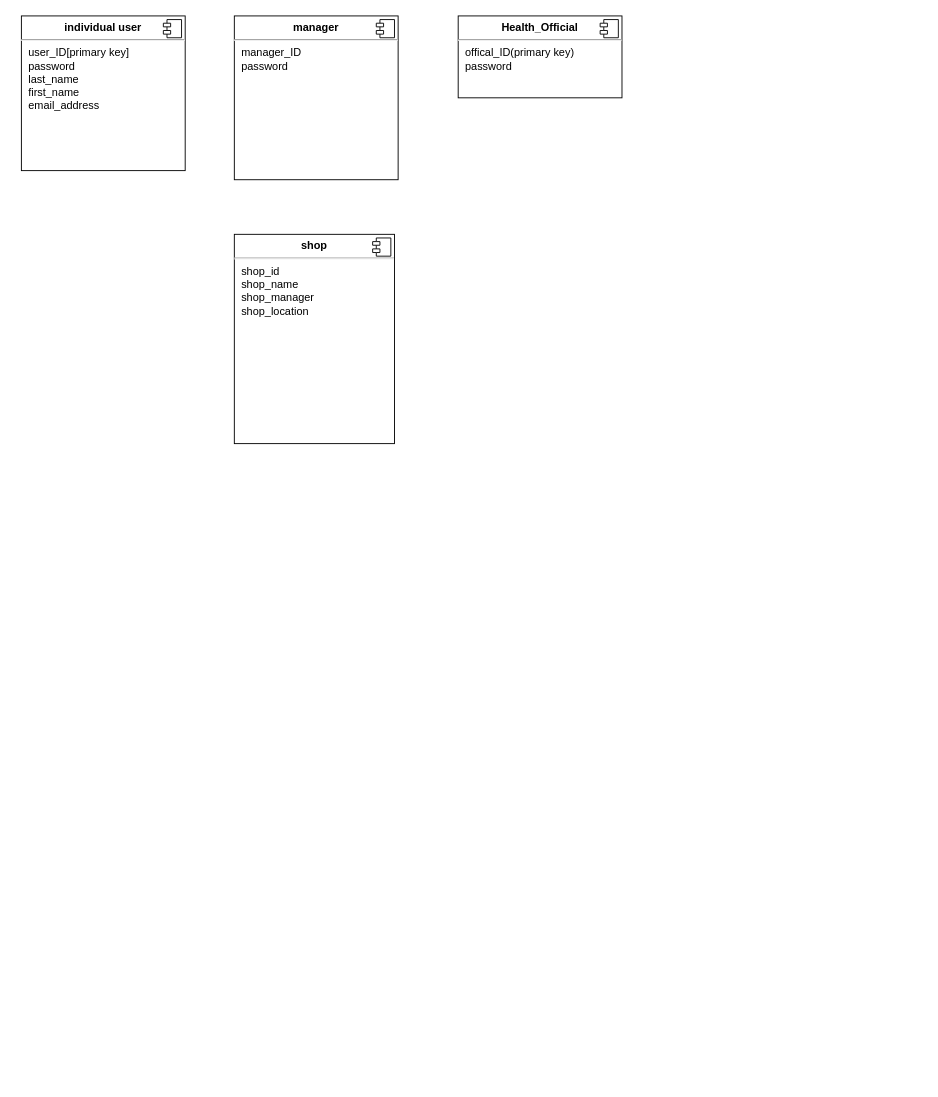
This is schema.drawio from s1-wdc-project/COVID-tracing-system, a draw.io file, before an edit. Source tidied: cells renumbered, new cells numbered last; positions are measured from the earlier drawing's top-left corner, leaving out a move shared by most shapes. Both pictures are drawn from the tidied source at 91%, with x=0, y=0 at pixel (21, 15).
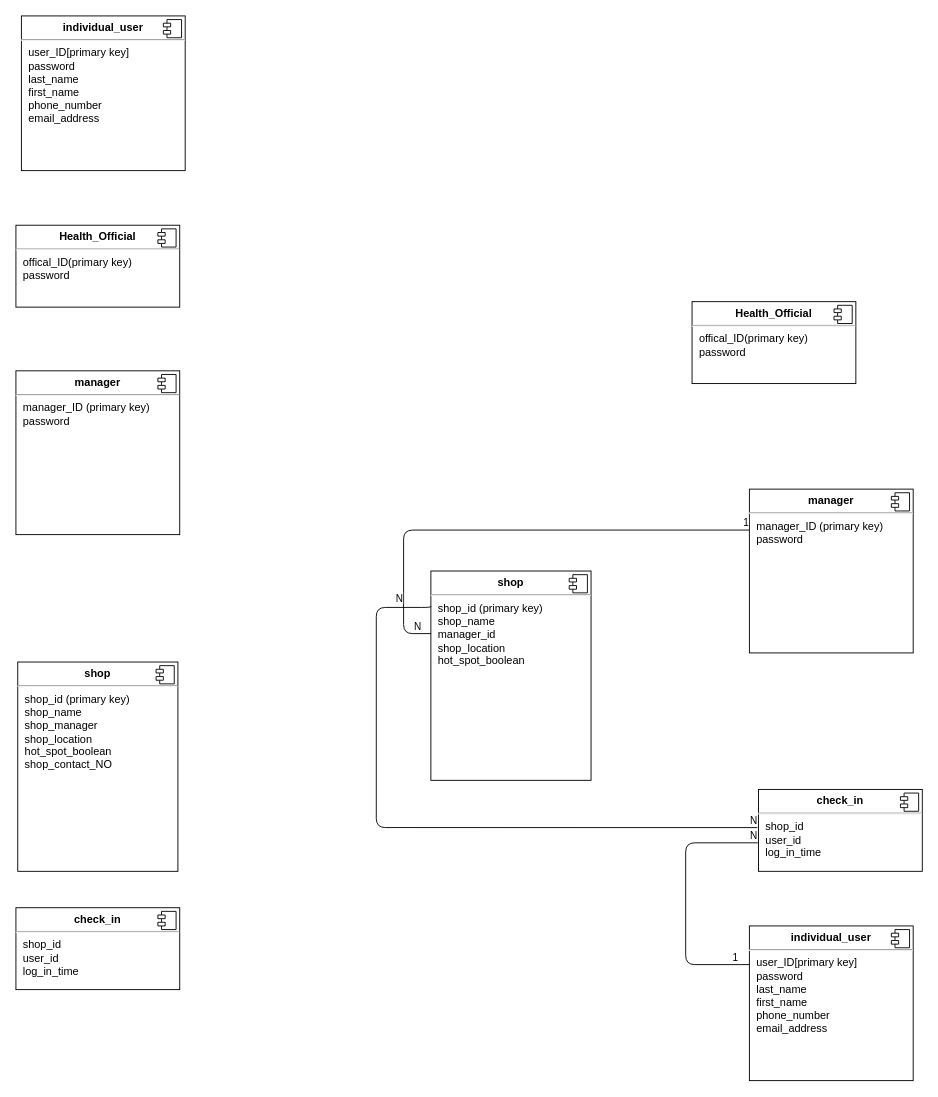
After the change.

Diff of the diagram source:
```diff
@@
-    <mxCell id="2" value="&lt;p style=&quot;margin: 0px ; margin-top: 6px ; text-align: center&quot;&gt;&lt;b&gt;individual user&lt;/b&gt;&lt;/p&gt;&lt;hr&gt;&lt;p style=&quot;margin: 0px ; margin-left: 8px&quot;&gt;user_ID[primary key]&lt;/p&gt;&lt;p style=&quot;margin: 0px ; margin-left: 8px&quot;&gt;password&lt;/p&gt;&lt;p style=&quot;margin: 0px ; margin-left: 8px&quot;&gt;last_name&lt;/p&gt;&lt;p style=&quot;margin: 0px ; margin-left: 8px&quot;&gt;first_name&lt;/p&gt;&lt;p style=&quot;margin: 0px ; margin-left: 8px&quot;&gt;email_address&lt;/p&gt;&lt;p style=&quot;margin: 0px ; margin-left: 8px&quot;&gt;&lt;br&gt;&lt;/p&gt;" style="align=left;overflow=fill;html=1;" parent="1" vertex="1">
+    <mxCell id="2" value="&lt;p style=&quot;margin: 0px ; margin-top: 6px ; text-align: center&quot;&gt;&lt;b&gt;individual_user&lt;/b&gt;&lt;/p&gt;&lt;hr&gt;&lt;p style=&quot;margin: 0px ; margin-left: 8px&quot;&gt;user_ID[primary key]&lt;/p&gt;&lt;p style=&quot;margin: 0px ; margin-left: 8px&quot;&gt;password&lt;/p&gt;&lt;p style=&quot;margin: 0px ; margin-left: 8px&quot;&gt;last_name&lt;/p&gt;&lt;p style=&quot;margin: 0px ; margin-left: 8px&quot;&gt;first_name&lt;/p&gt;&lt;p style=&quot;margin: 0px ; margin-left: 8px&quot;&gt;phone_number&lt;/p&gt;&lt;p style=&quot;margin: 0px ; margin-left: 8px&quot;&gt;email_address&lt;/p&gt;&lt;p style=&quot;margin: 0px ; margin-left: 8px&quot;&gt;&lt;br&gt;&lt;/p&gt;" style="align=left;overflow=fill;html=1;" parent="1" vertex="1">
       <mxGeometry width="180" height="170" as="geometry" />
     </mxCell>
@@
-    <mxCell id="4" value="&lt;p style=&quot;margin: 0px ; margin-top: 6px ; text-align: center&quot;&gt;&lt;b&gt;manager&lt;/b&gt;&lt;/p&gt;&lt;hr&gt;&lt;p style=&quot;margin: 0px ; margin-left: 8px&quot;&gt;manager_ID&lt;/p&gt;&lt;p style=&quot;margin: 0px ; margin-left: 8px&quot;&gt;&lt;span&gt;password&lt;/span&gt;&lt;br&gt;&lt;/p&gt;&lt;p style=&quot;margin: 0px ; margin-left: 8px&quot;&gt;&lt;br&gt;&lt;/p&gt;" style="align=left;overflow=fill;html=1;" parent="1" vertex="1">
-      <mxGeometry x="234" width="180" height="180" as="geometry" />
+    <mxCell id="4" value="&lt;p style=&quot;margin: 0px ; margin-top: 6px ; text-align: center&quot;&gt;&lt;b&gt;manager&lt;/b&gt;&lt;/p&gt;&lt;hr&gt;&lt;p style=&quot;margin: 0px ; margin-left: 8px&quot;&gt;manager_ID (primary key)&lt;/p&gt;&lt;p style=&quot;margin: 0px ; margin-left: 8px&quot;&gt;&lt;span&gt;password&lt;/span&gt;&lt;br&gt;&lt;/p&gt;&lt;p style=&quot;margin: 0px ; margin-left: 8px&quot;&gt;&lt;br&gt;&lt;/p&gt;" style="align=left;overflow=fill;html=1;" parent="1" vertex="1">
+      <mxGeometry x="-6" y="390" width="180" height="180" as="geometry" />
     </mxCell>
@@
     <mxCell id="6" value="&lt;p style=&quot;margin: 0px ; margin-top: 6px ; text-align: center&quot;&gt;&lt;b&gt;Health_Official&lt;/b&gt;&lt;/p&gt;&lt;hr&gt;&lt;p style=&quot;margin: 0px ; margin-left: 8px&quot;&gt;offical_ID(primary key)&lt;/p&gt;&lt;p style=&quot;margin: 0px ; margin-left: 8px&quot;&gt;password&lt;/p&gt;&lt;p style=&quot;margin: 0px ; margin-left: 8px&quot;&gt;&lt;br&gt;&lt;/p&gt;" style="align=left;overflow=fill;html=1;" parent="1" vertex="1">
-      <mxGeometry x="480" width="180" height="90" as="geometry" />
+      <mxGeometry x="-6" y="230" width="180" height="90" as="geometry" />
     </mxCell>
@@
-    <mxCell id="8" value="&lt;p style=&quot;margin: 0px ; margin-top: 6px ; text-align: center&quot;&gt;&lt;b&gt;shop&lt;/b&gt;&lt;/p&gt;&lt;hr&gt;&lt;p style=&quot;margin: 0px ; margin-left: 8px&quot;&gt;shop_id&amp;nbsp;&lt;/p&gt;&lt;p style=&quot;margin: 0px ; margin-left: 8px&quot;&gt;&lt;span&gt;shop_name&amp;nbsp;&lt;/span&gt;&lt;br&gt;&lt;/p&gt;&lt;p style=&quot;margin: 0px ; margin-left: 8px&quot;&gt;&lt;span&gt;shop_manager&lt;/span&gt;&lt;/p&gt;&lt;p style=&quot;margin: 0px ; margin-left: 8px&quot;&gt;&lt;span&gt;shop_location&amp;nbsp;&lt;/span&gt;&lt;/p&gt;&lt;p style=&quot;margin: 0px ; margin-left: 8px&quot;&gt;&lt;span&gt;&lt;br&gt;&lt;/span&gt;&lt;/p&gt;&lt;p style=&quot;margin: 0px ; margin-left: 8px&quot;&gt;&lt;span&gt;&lt;br&gt;&lt;/span&gt;&lt;/p&gt;" style="align=left;overflow=fill;html=1;" parent="1" vertex="1">
-      <mxGeometry x="234" y="240" width="176" height="230" as="geometry" />
+    <mxCell id="8" value="&lt;p style=&quot;margin: 0px ; margin-top: 6px ; text-align: center&quot;&gt;&lt;b&gt;shop&lt;/b&gt;&lt;/p&gt;&lt;hr&gt;&lt;p style=&quot;margin: 0px ; margin-left: 8px&quot;&gt;shop_id (primary key)&lt;/p&gt;&lt;p style=&quot;margin: 0px ; margin-left: 8px&quot;&gt;&lt;span&gt;shop_name&amp;nbsp;&lt;/span&gt;&lt;br&gt;&lt;/p&gt;&lt;p style=&quot;margin: 0px ; margin-left: 8px&quot;&gt;&lt;span&gt;shop_manager&lt;/span&gt;&lt;/p&gt;&lt;p style=&quot;margin: 0px ; margin-left: 8px&quot;&gt;&lt;span&gt;shop_location&amp;nbsp;&lt;/span&gt;&lt;/p&gt;&lt;p style=&quot;margin: 0px ; margin-left: 8px&quot;&gt;&lt;span&gt;hot_spot_boolean&lt;/span&gt;&lt;/p&gt;&lt;p style=&quot;margin: 0px ; margin-left: 8px&quot;&gt;&lt;span&gt;shop_contact_NO&lt;/span&gt;&lt;/p&gt;&lt;p style=&quot;margin: 0px ; margin-left: 8px&quot;&gt;&lt;br&gt;&lt;/p&gt;&lt;p style=&quot;margin: 0px ; margin-left: 8px&quot;&gt;&lt;span&gt;&lt;br&gt;&lt;/span&gt;&lt;/p&gt;&lt;p style=&quot;margin: 0px ; margin-left: 8px&quot;&gt;&lt;span&gt;&lt;br&gt;&lt;/span&gt;&lt;/p&gt;" style="align=left;overflow=fill;html=1;" parent="1" vertex="1">
+      <mxGeometry x="-4" y="710" width="176" height="230" as="geometry" />
     </mxCell>
@@
+    <mxCell id="10" value="&lt;p style=&quot;margin: 0px ; margin-top: 6px ; text-align: center&quot;&gt;&lt;b&gt;check_in&lt;/b&gt;&lt;/p&gt;&lt;hr&gt;&lt;p style=&quot;margin: 0px ; margin-left: 8px&quot;&gt;shop_id&amp;nbsp;&lt;/p&gt;&lt;p style=&quot;margin: 0px ; margin-left: 8px&quot;&gt;user_id&lt;/p&gt;&lt;p style=&quot;margin: 0px ; margin-left: 8px&quot;&gt;log_in_time&lt;/p&gt;&lt;p style=&quot;margin: 0px ; margin-left: 8px&quot;&gt;&lt;br&gt;&lt;/p&gt;&lt;p style=&quot;margin: 0px ; margin-left: 8px&quot;&gt;&lt;br&gt;&lt;/p&gt;" style="align=left;overflow=fill;html=1;" parent="1" vertex="1">
+      <mxGeometry x="-6" y="980" width="180" height="90" as="geometry" />
+    </mxCell>
+    <mxCell id="11" style="shape=component;jettyWidth=8;jettyHeight=4;" parent="10" vertex="1">
+      <mxGeometry x="1" width="20" height="20" relative="1" as="geometry">
+        <mxPoint x="-24" y="4" as="offset" />
+      </mxGeometry>
+    </mxCell>
+    <mxCell id="12" value="&lt;p style=&quot;margin: 0px ; margin-top: 6px ; text-align: center&quot;&gt;&lt;b&gt;Health_Official&lt;/b&gt;&lt;/p&gt;&lt;hr&gt;&lt;p style=&quot;margin: 0px ; margin-left: 8px&quot;&gt;offical_ID(primary key)&lt;/p&gt;&lt;p style=&quot;margin: 0px ; margin-left: 8px&quot;&gt;password&lt;/p&gt;&lt;p style=&quot;margin: 0px ; margin-left: 8px&quot;&gt;&lt;br&gt;&lt;/p&gt;" style="align=left;overflow=fill;html=1;" parent="1" vertex="1">
+      <mxGeometry x="737" y="314" width="180" height="90" as="geometry" />
+    </mxCell>
+    <mxCell id="13" style="shape=component;jettyWidth=8;jettyHeight=4;" parent="12" vertex="1">
+      <mxGeometry x="1" width="20" height="20" relative="1" as="geometry">
+        <mxPoint x="-24" y="4" as="offset" />
+      </mxGeometry>
+    </mxCell>
+    <mxCell id="14" value="&lt;p style=&quot;margin: 0px ; margin-top: 6px ; text-align: center&quot;&gt;&lt;b&gt;manager&lt;/b&gt;&lt;/p&gt;&lt;hr&gt;&lt;p style=&quot;margin: 0px ; margin-left: 8px&quot;&gt;manager_ID (primary key)&lt;/p&gt;&lt;p style=&quot;margin: 0px ; margin-left: 8px&quot;&gt;&lt;span&gt;password&lt;/span&gt;&lt;br&gt;&lt;/p&gt;&lt;p style=&quot;margin: 0px ; margin-left: 8px&quot;&gt;&lt;br&gt;&lt;/p&gt;" style="align=left;overflow=fill;html=1;" parent="1" vertex="1">
+      <mxGeometry x="800" y="520" width="180" height="180" as="geometry" />
+    </mxCell>
+    <mxCell id="15" style="shape=component;jettyWidth=8;jettyHeight=4;" parent="14" vertex="1">
+      <mxGeometry x="1" width="20" height="20" relative="1" as="geometry">
+        <mxPoint x="-24" y="4" as="offset" />
+      </mxGeometry>
+    </mxCell>
+    <mxCell id="16" value="&lt;p style=&quot;margin: 0px ; margin-top: 6px ; text-align: center&quot;&gt;&lt;b&gt;shop&lt;/b&gt;&lt;/p&gt;&lt;hr&gt;&lt;p style=&quot;margin: 0px ; margin-left: 8px&quot;&gt;shop_id (primary key)&lt;/p&gt;&lt;p style=&quot;margin: 0px ; margin-left: 8px&quot;&gt;&lt;span&gt;shop_name&amp;nbsp;&lt;/span&gt;&lt;/p&gt;&lt;p style=&quot;margin: 0px ; margin-left: 8px&quot;&gt;&lt;span&gt;manager_id&lt;/span&gt;&lt;/p&gt;&lt;p style=&quot;margin: 0px ; margin-left: 8px&quot;&gt;&lt;span&gt;shop_location&amp;nbsp;&lt;/span&gt;&lt;/p&gt;&lt;p style=&quot;margin: 0px ; margin-left: 8px&quot;&gt;&lt;span&gt;hot_spot_boolean&lt;/span&gt;&lt;/p&gt;&lt;p style=&quot;margin: 0px ; margin-left: 8px&quot;&gt;&lt;span&gt;&lt;br&gt;&lt;/span&gt;&lt;/p&gt;&lt;p style=&quot;margin: 0px ; margin-left: 8px&quot;&gt;&lt;span&gt;&lt;br&gt;&lt;/span&gt;&lt;/p&gt;" style="align=left;overflow=fill;html=1;" parent="1" vertex="1">
+      <mxGeometry x="450" y="610" width="176" height="230" as="geometry" />
+    </mxCell>
+    <mxCell id="17" style="shape=component;jettyWidth=8;jettyHeight=4;" parent="16" vertex="1">
+      <mxGeometry x="1" width="20" height="20" relative="1" as="geometry">
+        <mxPoint x="-24" y="4" as="offset" />
+      </mxGeometry>
+    </mxCell>
+    <mxCell id="18" style="endArrow=none;html=1;edgeStyle=orthogonalEdgeStyle;entryX=0;entryY=0.25;entryDx=0;entryDy=0;exitX=0.001;exitY=0.299;exitDx=0;exitDy=0;exitPerimeter=0;" parent="1" edge="1" source="16" target="14">
+      <mxGeometry relative="1" as="geometry">
+        <Array as="points">
+          <mxPoint x="420" y="679" />
+          <mxPoint x="420" y="565" />
+        </Array>
+      </mxGeometry>
+    </mxCell>
+    <mxCell id="19" value="N" style="edgeLabel;html=1;align=left;verticalAlign=bottom;" parent="18" vertex="1">
+      <mxGeometry x="-1" relative="1" as="geometry">
+        <mxPoint x="-20" as="offset" />
+      </mxGeometry>
+    </mxCell>
+    <mxCell id="20" value="1" style="edgeLabel;html=1;align=right;verticalAlign=bottom;" parent="18" vertex="1">
+      <mxGeometry x="1" relative="1" as="geometry" />
+    </mxCell>
+    <mxCell id="21" value="&lt;p style=&quot;margin: 0px ; margin-top: 6px ; text-align: center&quot;&gt;&lt;b&gt;check_in&lt;/b&gt;&lt;/p&gt;&lt;hr&gt;&lt;p style=&quot;margin: 0px ; margin-left: 8px&quot;&gt;shop_id&amp;nbsp;&lt;/p&gt;&lt;p style=&quot;margin: 0px ; margin-left: 8px&quot;&gt;user_id&lt;/p&gt;&lt;p style=&quot;margin: 0px ; margin-left: 8px&quot;&gt;log_in_time&lt;/p&gt;&lt;p style=&quot;margin: 0px ; margin-left: 8px&quot;&gt;&lt;br&gt;&lt;/p&gt;&lt;p style=&quot;margin: 0px ; margin-left: 8px&quot;&gt;&lt;br&gt;&lt;/p&gt;" style="align=left;overflow=fill;html=1;" parent="1" vertex="1">
+      <mxGeometry x="810" y="850" width="180" height="90" as="geometry" />
+    </mxCell>
+    <mxCell id="22" style="shape=component;jettyWidth=8;jettyHeight=4;" parent="21" vertex="1">
+      <mxGeometry x="1" width="20" height="20" relative="1" as="geometry">
+        <mxPoint x="-24" y="4" as="offset" />
+      </mxGeometry>
+    </mxCell>
+    <mxCell id="23" style="endArrow=none;html=1;edgeStyle=orthogonalEdgeStyle;entryX=-0.007;entryY=0.466;entryDx=0;entryDy=0;exitX=0;exitY=0.167;exitDx=0;exitDy=0;exitPerimeter=0;entryPerimeter=0;" parent="1" edge="1" source="16" target="21">
+      <mxGeometry relative="1" as="geometry">
+        <Array as="points">
+          <mxPoint x="450" y="650" />
+          <mxPoint x="390" y="650" />
+          <mxPoint x="390" y="892" />
+        </Array>
+      </mxGeometry>
+    </mxCell>
+    <mxCell id="24" value="N" style="edgeLabel;html=1;align=left;verticalAlign=bottom;" parent="23" vertex="1">
+      <mxGeometry x="-1" relative="1" as="geometry">
+        <mxPoint x="-40" as="offset" />
+      </mxGeometry>
+    </mxCell>
+    <mxCell id="25" value="N" style="edgeLabel;html=1;align=right;verticalAlign=bottom;" parent="23" vertex="1">
+      <mxGeometry x="1" relative="1" as="geometry" />
+    </mxCell>
+    <mxCell id="26" value="&lt;p style=&quot;margin: 0px ; margin-top: 6px ; text-align: center&quot;&gt;&lt;b&gt;individual_user&lt;/b&gt;&lt;/p&gt;&lt;hr&gt;&lt;p style=&quot;margin: 0px ; margin-left: 8px&quot;&gt;user_ID[primary key]&lt;/p&gt;&lt;p style=&quot;margin: 0px ; margin-left: 8px&quot;&gt;password&lt;/p&gt;&lt;p style=&quot;margin: 0px ; margin-left: 8px&quot;&gt;last_name&lt;/p&gt;&lt;p style=&quot;margin: 0px ; margin-left: 8px&quot;&gt;first_name&lt;/p&gt;&lt;p style=&quot;margin: 0px ; margin-left: 8px&quot;&gt;phone_number&lt;/p&gt;&lt;p style=&quot;margin: 0px ; margin-left: 8px&quot;&gt;email_address&lt;/p&gt;&lt;p style=&quot;margin: 0px ; margin-left: 8px&quot;&gt;&lt;br&gt;&lt;/p&gt;" style="align=left;overflow=fill;html=1;" parent="1" vertex="1">
+      <mxGeometry x="800" y="1000" width="180" height="170" as="geometry" />
+    </mxCell>
+    <mxCell id="27" style="shape=component;jettyWidth=8;jettyHeight=4;" parent="26" vertex="1">
+      <mxGeometry x="1" width="20" height="20" relative="1" as="geometry">
+        <mxPoint x="-24" y="4" as="offset" />
+      </mxGeometry>
+    </mxCell>
+    <mxCell id="28" style="endArrow=none;html=1;edgeStyle=orthogonalEdgeStyle;entryX=-0.004;entryY=0.652;entryDx=0;entryDy=0;entryPerimeter=0;exitX=0;exitY=0.25;exitDx=0;exitDy=0;" parent="1" edge="1" source="26" target="21">
+      <mxGeometry relative="1" as="geometry">
+        <Array as="points">
+          <mxPoint x="730" y="1043" />
+          <mxPoint x="730" y="909" />
+        </Array>
+      </mxGeometry>
+    </mxCell>
+    <mxCell id="29" value="1" style="edgeLabel;html=1;align=left;verticalAlign=bottom;" parent="28" vertex="1">
+      <mxGeometry x="-1" relative="1" as="geometry">
+        <mxPoint x="-20" as="offset" />
+      </mxGeometry>
+    </mxCell>
+    <mxCell id="30" value="N" style="edgeLabel;html=1;align=right;verticalAlign=bottom;" parent="28" vertex="1">
+      <mxGeometry x="1" relative="1" as="geometry" />
+    </mxCell>
```
